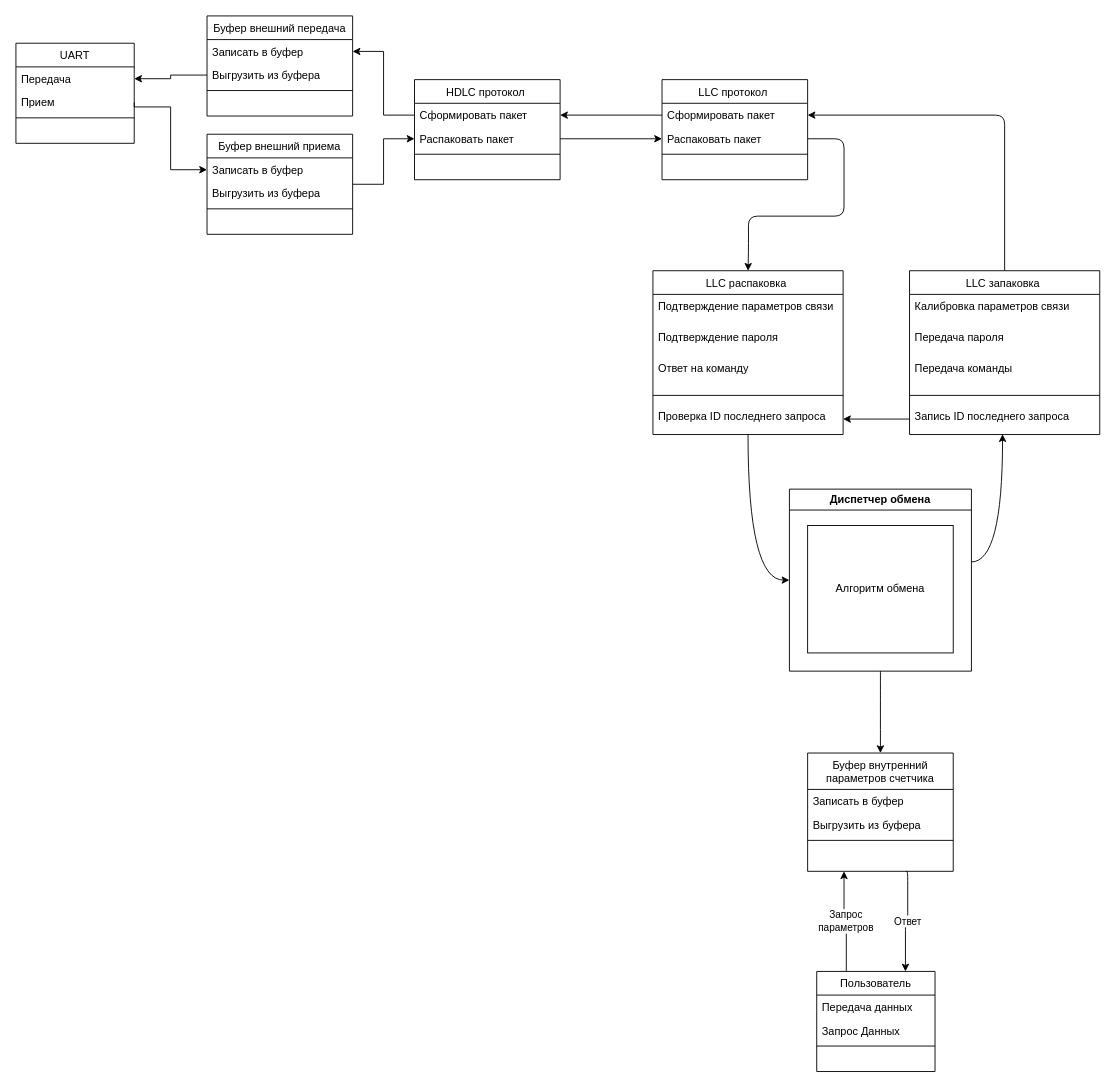
Earlier version of the draw.io diagram page "Page-1" (1 of 2) of Диаграмма Связи.drawio (NE2217/HDLC_STM32). Source tidied: cells renumbered, new cells numbered last; positions are measured from the earlier drawing's top-left corner, leaving out a move shared by most shapes. Both pictures are drawn from the tidied source at 91%, with x=0, y=0 at pixel (15, 15).
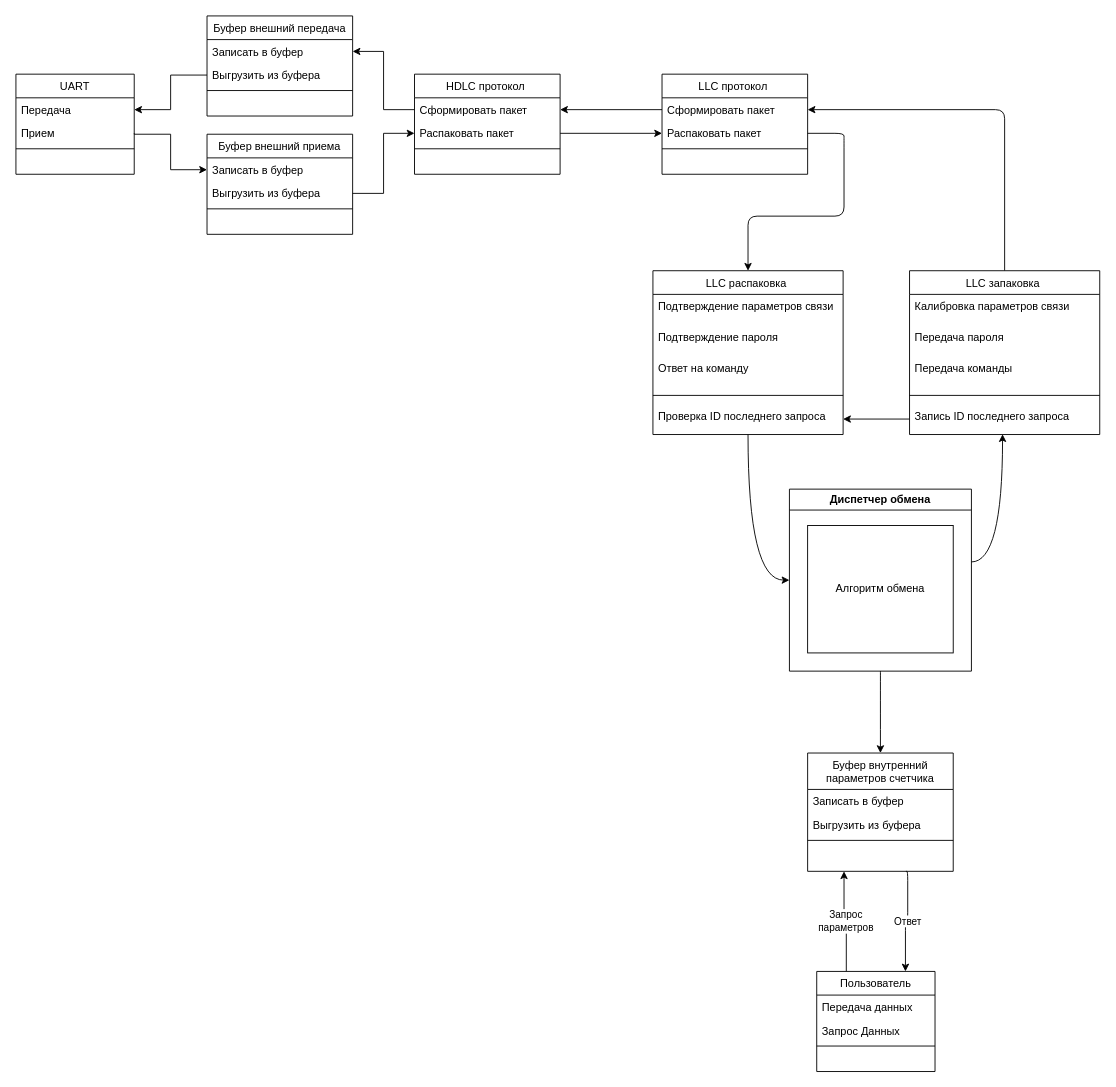
The same diagram, later.

Unchanged cells that the change refers to:
```xml
<mxCell id="3" value="Буфер внешний приема" style="swimlane;fontStyle=0;align=center;verticalAlign=top;horizontal=1;startSize=26;rounded=0;shadow=0;strokeWidth=1;" parent="1" vertex="1">
  <mxGeometry x="210" y="130" width="160" height="110" as="geometry" />
</mxCell>
<mxCell id="4" value="Записать в буфер" style="text;align=left;verticalAlign=top;spacingLeft=4;spacingRight=4;overflow=hidden;points=[[0,0.5],[1,0.5]];portConstraint=eastwest;" parent="3" vertex="1">
  <mxGeometry y="26" width="160" height="26" as="geometry" />
</mxCell>
<mxCell id="5" value="Выгрузить из буфера" style="text;align=left;verticalAlign=top;spacingLeft=4;spacingRight=4;overflow=hidden;points=[[0,0.5],[1,0.5]];portConstraint=eastwest;rounded=0;shadow=0;html=0;" parent="3" vertex="1">
  <mxGeometry y="52" width="160" height="26" as="geometry" />
</mxCell>
<mxCell id="9" value="Распаковать пакет" style="text;align=left;verticalAlign=top;spacingLeft=4;spacingRight=4;overflow=hidden;points=[[0,0.5],[1,0.5]];portConstraint=eastwest;rounded=0;shadow=0;html=0;" parent="7" vertex="1">
  <mxGeometry y="52" width="160" height="26" as="geometry" />
</mxCell>
<mxCell id="35" value="Прием" style="text;align=left;verticalAlign=top;spacingLeft=4;spacingRight=4;overflow=hidden;points=[[0,0.5],[1,0.5]];portConstraint=eastwest;rounded=0;shadow=0;html=0;" parent="33" vertex="1">
  <mxGeometry y="52" width="130" height="26" as="geometry" />
</mxCell>
```

What changed in the source:
```diff
@@
-    <mxCell id="2" style="edgeStyle=orthogonalEdgeStyle;rounded=0;jettySize=auto;html=1;exitX=1;exitY=0.5;exitDx=0;exitDy=0;entryX=0;entryY=0.5;entryDx=0;entryDy=0;" parent="1" edge="1" source="3" target="9">
+    <mxCell id="2" style="edgeStyle=orthogonalEdgeStyle;rounded=0;jettySize=auto;html=1;exitX=1;exitY=0.5;exitDx=0;exitDy=0;entryX=0;entryY=0.5;entryDx=0;entryDy=0;" parent="1" edge="1" source="5" target="9">
       <mxGeometry relative="1" as="geometry" />
     </mxCell>
@@
     <mxCell id="7" value="HDLC протокол " style="swimlane;fontStyle=0;align=center;verticalAlign=top;horizontal=1;startSize=26;rounded=0;shadow=0;strokeWidth=1;" parent="1" vertex="1">
-      <mxGeometry x="438" y="70" width="160" height="110" as="geometry" />
+      <mxGeometry x="438" y="64" width="160" height="110" as="geometry" />
     </mxCell>
@@
     <mxCell id="11" value="LLC протокол " style="swimlane;fontStyle=0;align=center;verticalAlign=top;horizontal=1;startSize=26;rounded=0;shadow=0;strokeWidth=1;" parent="1" vertex="1">
-      <mxGeometry x="710" y="70" width="160" height="110" as="geometry" />
+      <mxGeometry x="710" y="64" width="160" height="110" as="geometry" />
     </mxCell>
@@
     <mxCell id="33" value="UART" style="swimlane;fontStyle=0;align=center;verticalAlign=top;horizontal=1;startSize=26;rounded=0;shadow=0;strokeWidth=1;" parent="1" vertex="1">
-      <mxGeometry y="30" width="130" height="110" as="geometry" />
+      <mxGeometry y="64" width="130" height="110" as="geometry" />
     </mxCell>
@@
     <mxCell id="52" style="edgeStyle=orthogonalEdgeStyle;rounded=0;jettySize=auto;html=1;entryX=0;entryY=0.5;entryDx=0;entryDy=0;exitX=1;exitY=0.5;exitDx=0;exitDy=0;" parent="1" edge="1" source="35" target="4">
       <mxGeometry relative="1" as="geometry">
         <Array as="points">
-          <mxPoint x="130" y="100" />
-          <mxPoint x="170" y="100" />
+          <mxPoint x="130" y="130" />
+          <mxPoint x="170" y="130" />
           <mxPoint x="170" y="169" />
         </Array>
       </mxGeometry>
     </mxCell>
```
